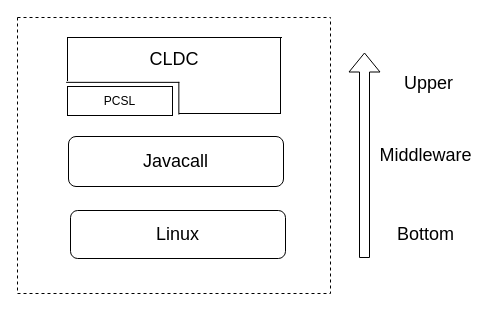
This is p2.drawio from zlhzht/gateway, a draw.io file, before an edit. Source tidied: cells renumbered, new cells numbered last; positions are measured from the earlier drawing's top-left corner, leaving out a move shared by most shapes. Both pictures are drawn from the tidied source at 100%, with x=0, y=0 at pixel (17, 17).
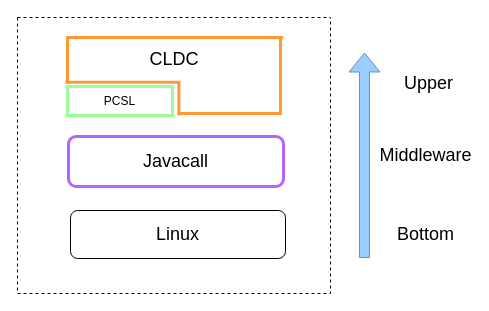
Above is the later version.

Change to the diagram source:
```diff
@@
 <mxGraphModel>
   <root>
     <mxCell id="0" />
     <mxCell id="1" parent="0" />
     <mxCell id="2" style="swimlane;startSize=0;dashed=1;" parent="1" vertex="1">
       <mxGeometry width="313" height="276" as="geometry" />
     </mxCell>
     <mxCell id="3" value="&lt;font style=&quot;font-size: 18px&quot;&gt;Linux&lt;/font&gt;" style="rounded=1;whiteSpace=wrap;html=1;" parent="2" vertex="1">
       <mxGeometry x="53" y="193" width="215" height="48" as="geometry" />
     </mxCell>
-    <mxCell id="4" value="&lt;font style=&quot;font-size: 18px&quot;&gt;Javacall&lt;/font&gt;" style="rounded=1;whiteSpace=wrap;html=1;" parent="2" vertex="1">
+    <mxCell id="4" value="&lt;font style=&quot;font-size: 18px&quot;&gt;Javacall&lt;/font&gt;" style="rounded=1;whiteSpace=wrap;html=1;strokeWidth=3;strokeColor=#B266FF;" parent="2" vertex="1">
       <mxGeometry x="51" y="119" width="215" height="50" as="geometry" />
     </mxCell>
-    <mxCell id="5" value="&lt;span style=&quot;font-size: 18px&quot;&gt;CLDC&lt;/span&gt;" style="shape=partialRectangle;whiteSpace=wrap;html=1;bottom=0;right=0;fillColor=none;rounded=0;strokeWidth=1;" parent="1" vertex="1">
+    <mxCell id="5" value="&lt;span style=&quot;font-size: 18px&quot;&gt;CLDC&lt;/span&gt;" style="shape=partialRectangle;whiteSpace=wrap;html=1;bottom=0;right=0;fillColor=none;rounded=0;strokeWidth=3;strokeColor=#FF9933;" parent="1" vertex="1">
       <mxGeometry x="50" y="20" width="214" height="43" as="geometry" />
     </mxCell>
-    <mxCell id="6" style="shape=partialRectangle;whiteSpace=wrap;html=1;bottom=0;right=0;fillColor=none;rounded=0;strokeWidth=1;rotation=-180;" parent="1" vertex="1">
+    <mxCell id="6" style="shape=partialRectangle;whiteSpace=wrap;html=1;bottom=0;right=0;fillColor=none;rounded=0;strokeWidth=3;rotation=-180;strokeColor=#FF9933;" parent="1" vertex="1">
       <mxGeometry x="162" y="20" width="101" height="76" as="geometry" />
     </mxCell>
-    <mxCell id="7" style="shape=partialRectangle;whiteSpace=wrap;html=1;bottom=0;right=0;fillColor=none;rounded=0;strokeWidth=1;rotation=90;" parent="1" vertex="1">
+    <mxCell id="7" style="shape=partialRectangle;whiteSpace=wrap;html=1;bottom=0;right=0;fillColor=none;rounded=0;strokeWidth=3;rotation=90;strokeColor=#FF9933;" parent="1" vertex="1">
       <mxGeometry x="89.4" y="24.6" width="31.7" height="112.2" as="geometry" />
     </mxCell>
-    <mxCell id="8" value="PCSL" style="rounded=0;whiteSpace=wrap;html=1;strokeWidth=1;gradientColor=none;" parent="1" vertex="1">
+    <mxCell id="8" value="PCSL" style="rounded=0;whiteSpace=wrap;html=1;strokeWidth=3;gradientColor=none;strokeColor=#99FF99;" parent="1" vertex="1">
       <mxGeometry x="50" y="69" width="105" height="29" as="geometry" />
     </mxCell>
-    <mxCell id="9" style="shape=flexArrow;endArrow=classic;html=1;" parent="1" edge="1">
+    <mxCell id="9" style="shape=flexArrow;endArrow=classic;html=1;strokeColor=#6c8ebf;fillColor=#99CCFF;" parent="1" edge="1">
       <mxGeometry relative="1" as="geometry">
         <mxPoint x="347" y="240.5" as="sourcePoint" />
         <mxPoint x="347" y="35" as="targetPoint" />
       </mxGeometry>
     </mxCell>
     <mxCell id="10" value="&lt;font style=&quot;font-size: 18px&quot;&gt;Bottom&lt;/font&gt;" style="rounded=0;whiteSpace=wrap;html=1;strokeWidth=0;opacity=0;" parent="1" vertex="1">
       <mxGeometry x="367" y="202" width="83" height="30" as="geometry" />
     </mxCell>
     <mxCell id="11" value="&lt;font style=&quot;font-size: 18px&quot;&gt;Middleware&lt;/font&gt;" style="rounded=0;whiteSpace=wrap;html=1;strokeWidth=0;opacity=0;" parent="1" vertex="1">
       <mxGeometry x="367" y="123" width="83" height="30" as="geometry" />
     </mxCell>
     <mxCell id="12" value="&lt;span style=&quot;font-size: 18px&quot;&gt;Upper&lt;/span&gt;" style="rounded=0;whiteSpace=wrap;html=1;strokeWidth=0;opacity=0;" parent="1" vertex="1">
       <mxGeometry x="370" y="39.5" width="83" height="52.5" as="geometry" />
     </mxCell>
   </root>
 </mxGraphModel>
```
